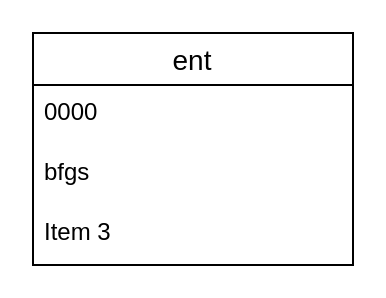
Before: Tutorial 2/Tutorial2_Exercise3.drawio in ChitharaKarunasekera/DatabaseSystemsTutorials, a draw.io diagram. Source tidied: cells renumbered, new cells numbered last; positions are measured from the earlier drawing's top-left corner, leaving out a move shared by most shapes. Both pictures are drawn from the tidied source at 200%, with x=0, y=0 at pixel (32, 32).
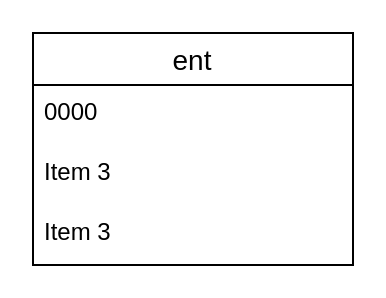
After the change.

Diff of the diagram source:
```diff
@@
 <mxGraphModel>
   <root>
     <mxCell id="0" />
     <mxCell id="1" parent="0" />
     <mxCell id="2" value="ent" style="swimlane;fontStyle=0;horizontal=1;startSize=26;align=center;fontSize=14;" parent="1" vertex="1">
       <mxGeometry width="160" height="116" as="geometry" />
     </mxCell>
     <mxCell id="3" value="0000" style="text;strokeColor=none;fillColor=none;spacingLeft=4;spacingRight=4;overflow=hidden;fontSize=12;" parent="2" vertex="1">
       <mxGeometry y="26" width="160" height="30" as="geometry" />
     </mxCell>
-    <mxCell id="4" value="bfgs" style="text;strokeColor=none;fillColor=none;spacingLeft=4;spacingRight=4;overflow=hidden;fontSize=12;" parent="2" vertex="1">
-      <mxGeometry y="56" width="160" height="30" as="geometry" />
-    </mxCell>
+    <mxCell id="6" value="Item 3" style="text;strokeColor=none;fillColor=none;spacingLeft=4;spacingRight=4;overflow=hidden;fontSize=12;" parent="2" vertex="1">
+      <mxGeometry y="56" width="160" height="30" as="geometry" />
+    </mxCell>
     <mxCell id="5" value="Item 3" style="text;strokeColor=none;fillColor=none;spacingLeft=4;spacingRight=4;overflow=hidden;fontSize=12;" parent="2" vertex="1">
       <mxGeometry y="86" width="160" height="30" as="geometry" />
     </mxCell>
   </root>
 </mxGraphModel>
```
